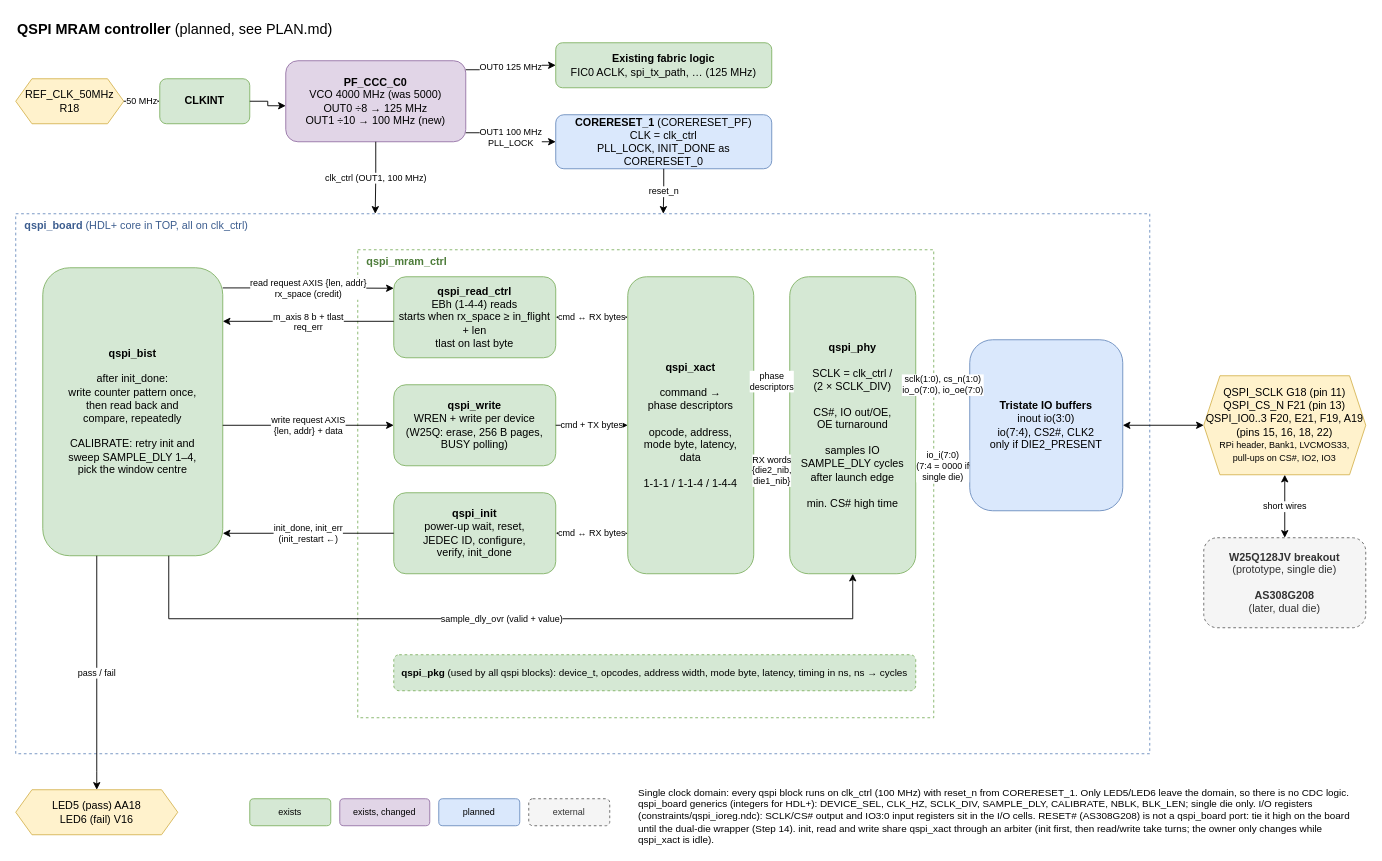
Above: documentation/qspi_controller.drawio in jenswilly/polarfire_simple (draw.io), before the change. Source tidied: cells renumbered, new cells numbered last; positions are measured from the earlier drawing's top-left corner, leaving out a move shared by most shapes. Both pictures are drawn from the tidied source at 90%, with x=0, y=0 at pixel (15, 15).
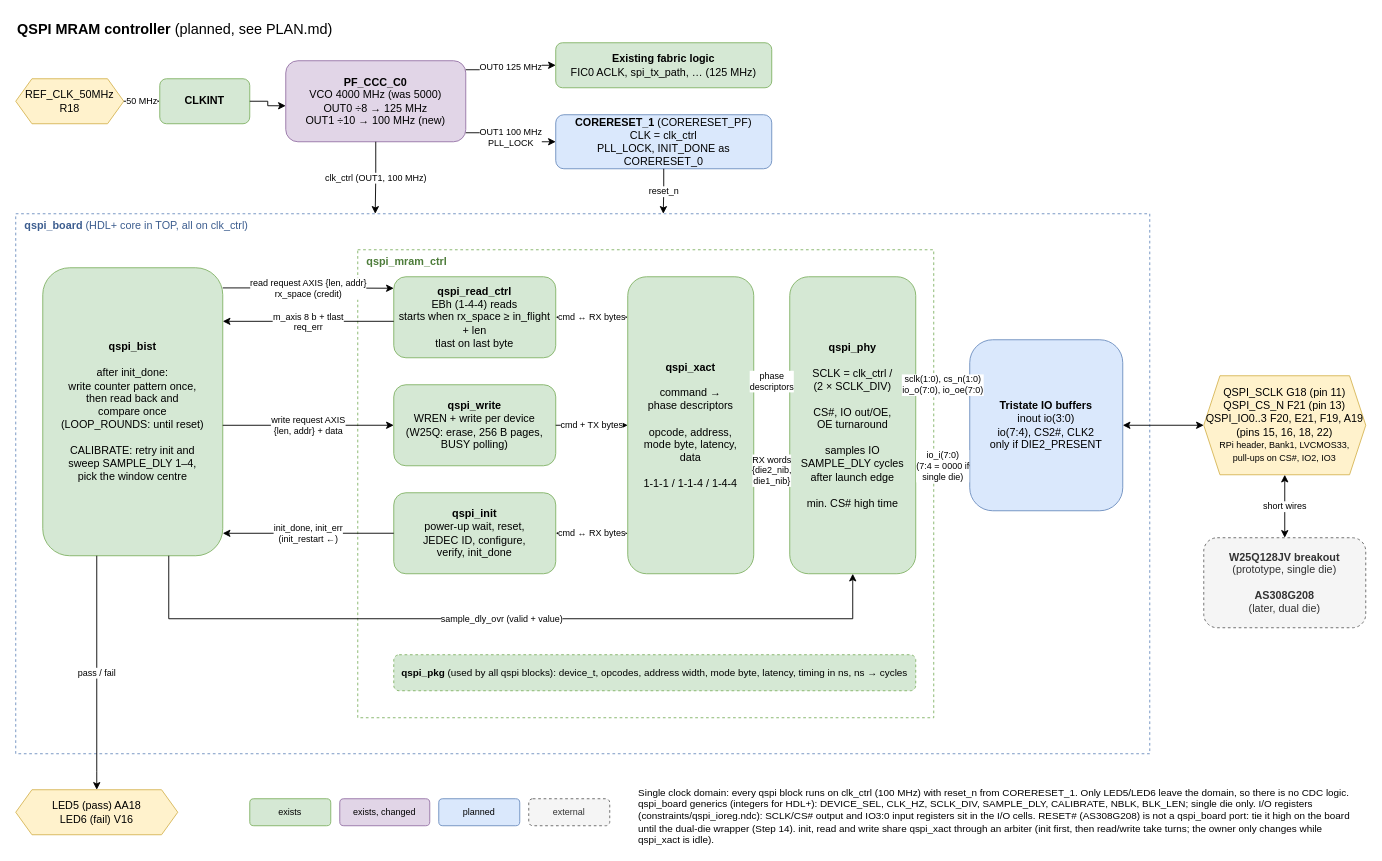
After the change.

Diff of the diagram source:
```diff
@@
-    <mxCell id="16" value="&lt;b&gt;qspi_bist&lt;/b&gt;&lt;br&gt;&lt;br&gt;after init_done:&lt;br&gt;write counter pattern once,&lt;br&gt;then read back and&lt;br&gt;compare, repeatedly&lt;br&gt;&lt;br&gt;CALIBRATE: retry init and&lt;br&gt;sweep SAMPLE_DLY 1–4,&lt;br&gt;pick the window centre" style="rounded=1;whiteSpace=wrap;html=1;fillColor=#d5e8d4;strokeColor=#82b366;" parent="1" vertex="1">
+    <mxCell id="16" value="&lt;b&gt;qspi_bist&lt;/b&gt;&lt;br&gt;&lt;br&gt;after init_done:&lt;br&gt;write counter pattern once,&lt;br&gt;then read back and&lt;br&gt;compare once&lt;br&gt;(LOOP_ROUNDS: until reset)&lt;br&gt;&lt;br&gt;CALIBRATE: retry init and&lt;br&gt;sweep SAMPLE_DLY 1–4,&lt;br&gt;pick the window centre" style="rounded=1;whiteSpace=wrap;html=1;fillColor=#d5e8d4;strokeColor=#82b366;" parent="1" vertex="1">
       <mxGeometry x="30" y="280" width="200" height="320" as="geometry" />
     </mxCell>
```
